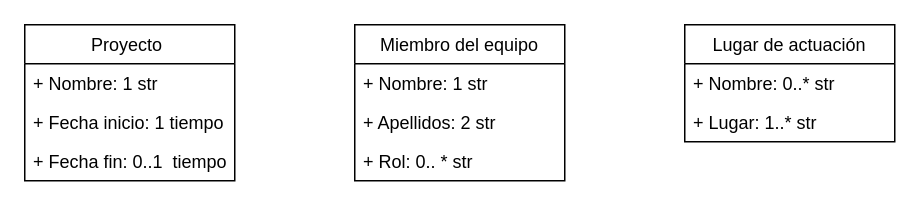
Above: Ejercicios/Ejercicio7.drawio in Enriquepardo/ejercicios-grupales- (draw.io), before the change. Source tidied: cells renumbered, new cells numbered last; positions are measured from the earlier drawing's top-left corner, leaving out a move shared by most shapes. Both pictures are drawn from the tidied source at 150%, with x=0, y=0 at pixel (24, 24).
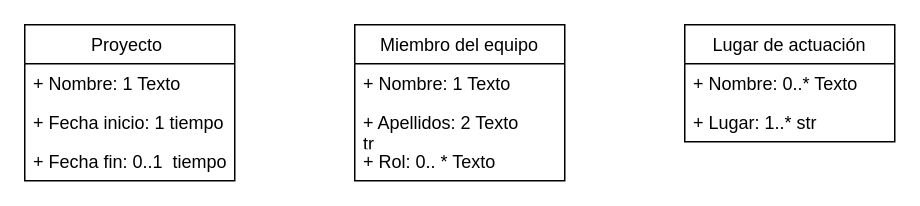
After the change.

What changed in the source:
```diff
@@
 <mxGraphModel>
   <root>
     <mxCell id="0" />
     <mxCell id="1" parent="0" />
     <mxCell id="2" value="Lugar de actuación" style="swimlane;fontStyle=0;horizontal=1;startSize=26;fillColor=none;" parent="1" vertex="1">
       <mxGeometry x="440" width="140" height="78" as="geometry" />
     </mxCell>
-    <mxCell id="3" value="+ Nombre: 0..* str " style="text;strokeColor=none;fillColor=none;align=left;verticalAlign=top;spacingLeft=4;spacingRight=4;overflow=hidden;" parent="2" vertex="1">
+    <mxCell id="3" value="+ Nombre: 0..* Texto" style="text;strokeColor=none;fillColor=none;align=left;verticalAlign=top;spacingLeft=4;spacingRight=4;overflow=hidden;" parent="2" vertex="1">
       <mxGeometry y="26" width="140" height="26" as="geometry" />
     </mxCell>
     <mxCell id="4" value="+ Lugar: 1..* str" style="text;strokeColor=none;fillColor=none;align=left;verticalAlign=top;spacingLeft=4;spacingRight=4;overflow=hidden;" parent="2" vertex="1">
       <mxGeometry y="52" width="140" height="26" as="geometry" />
     </mxCell>
     <mxCell id="5" value="Miembro del equipo" style="swimlane;fontStyle=0;horizontal=1;startSize=26;fillColor=none;" parent="1" vertex="1">
       <mxGeometry x="220" width="140" height="104" as="geometry" />
     </mxCell>
-    <mxCell id="6" value="+ Nombre: 1 str" style="text;strokeColor=none;fillColor=none;align=left;verticalAlign=top;spacingLeft=4;spacingRight=4;overflow=hidden;" parent="5" vertex="1">
+    <mxCell id="6" value="+ Nombre: 1 Texto" style="text;strokeColor=none;fillColor=none;align=left;verticalAlign=top;spacingLeft=4;spacingRight=4;overflow=hidden;" parent="5" vertex="1">
       <mxGeometry y="26" width="140" height="26" as="geometry" />
     </mxCell>
-    <mxCell id="7" value="+ Apellidos: 2 str" style="text;strokeColor=none;fillColor=none;align=left;verticalAlign=top;spacingLeft=4;spacingRight=4;overflow=hidden;" parent="5" vertex="1">
+    <mxCell id="7" value="+ Apellidos: 2 Texto&#10;tr" style="text;strokeColor=none;fillColor=none;align=left;verticalAlign=top;spacingLeft=4;spacingRight=4;overflow=hidden;" parent="5" vertex="1">
       <mxGeometry y="52" width="140" height="26" as="geometry" />
     </mxCell>
-    <mxCell id="8" value="+ Rol: 0.. * str" style="text;strokeColor=none;fillColor=none;align=left;verticalAlign=top;spacingLeft=4;spacingRight=4;overflow=hidden;" parent="5" vertex="1">
+    <mxCell id="8" value="+ Rol: 0.. * Texto" style="text;strokeColor=none;fillColor=none;align=left;verticalAlign=top;spacingLeft=4;spacingRight=4;overflow=hidden;" parent="5" vertex="1">
       <mxGeometry y="78" width="140" height="26" as="geometry" />
     </mxCell>
     <mxCell id="9" value="Proyecto " style="swimlane;fontStyle=0;horizontal=1;startSize=26;fillColor=none;" parent="1" vertex="1">
       <mxGeometry width="140" height="104" as="geometry" />
     </mxCell>
-    <mxCell id="10" value="+ Nombre: 1 str" style="text;strokeColor=none;fillColor=none;align=left;verticalAlign=top;spacingLeft=4;spacingRight=4;overflow=hidden;" parent="9" vertex="1">
+    <mxCell id="10" value="+ Nombre: 1 Texto" style="text;strokeColor=none;fillColor=none;align=left;verticalAlign=top;spacingLeft=4;spacingRight=4;overflow=hidden;" parent="9" vertex="1">
       <mxGeometry y="26" width="140" height="26" as="geometry" />
     </mxCell>
     <mxCell id="11" value="+ Fecha inicio: 1 tiempo " style="text;strokeColor=none;fillColor=none;align=left;verticalAlign=top;spacingLeft=4;spacingRight=4;overflow=hidden;" parent="9" vertex="1">
       <mxGeometry y="52" width="140" height="26" as="geometry" />
     </mxCell>
     <mxCell id="12" value="+ Fecha fin: 0..1  tiempo" style="text;strokeColor=none;fillColor=none;align=left;verticalAlign=top;spacingLeft=4;spacingRight=4;overflow=hidden;" parent="9" vertex="1">
       <mxGeometry y="78" width="140" height="26" as="geometry" />
     </mxCell>
   </root>
 </mxGraphModel>
```
